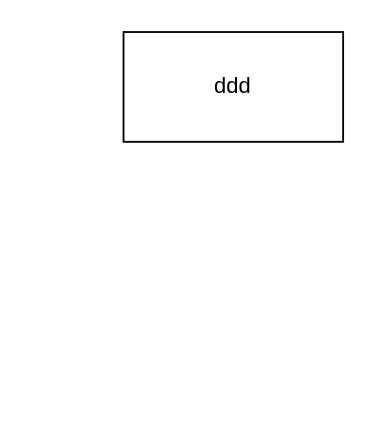
The draw.io diagram Untitled Diagram.drawio in Mazurovskyi/diagrams, before the edit. Source tidied: cells renumbered, new cells numbered last; positions are measured from the earlier drawing's top-left corner, leaving out a move shared by most shapes. Both pictures are drawn from the tidied source at 183%, with x=0, y=0 at pixel (123, 31).
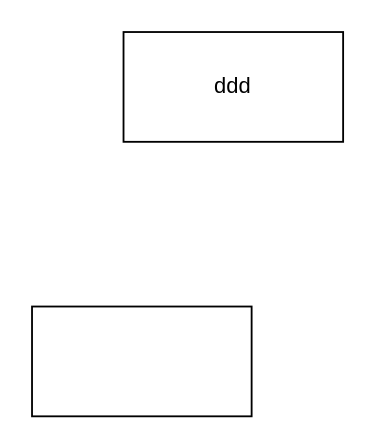
After the change.

The edit, as a diff of the source:
```diff
@@
 <mxGraphModel>
   <root>
     <mxCell id="0" />
     <mxCell id="1" parent="0" />
     <mxCell id="2" value="ddd" style="rounded=0;whiteSpace=wrap;html=1;" parent="1" vertex="1">
       <mxGeometry width="120" height="60" as="geometry" />
     </mxCell>
+    <mxCell id="3" style="rounded=0;whiteSpace=wrap;html=1;" parent="1" vertex="1">
+      <mxGeometry x="-50" y="150" width="120" height="60" as="geometry" />
+    </mxCell>
   </root>
 </mxGraphModel>
```
